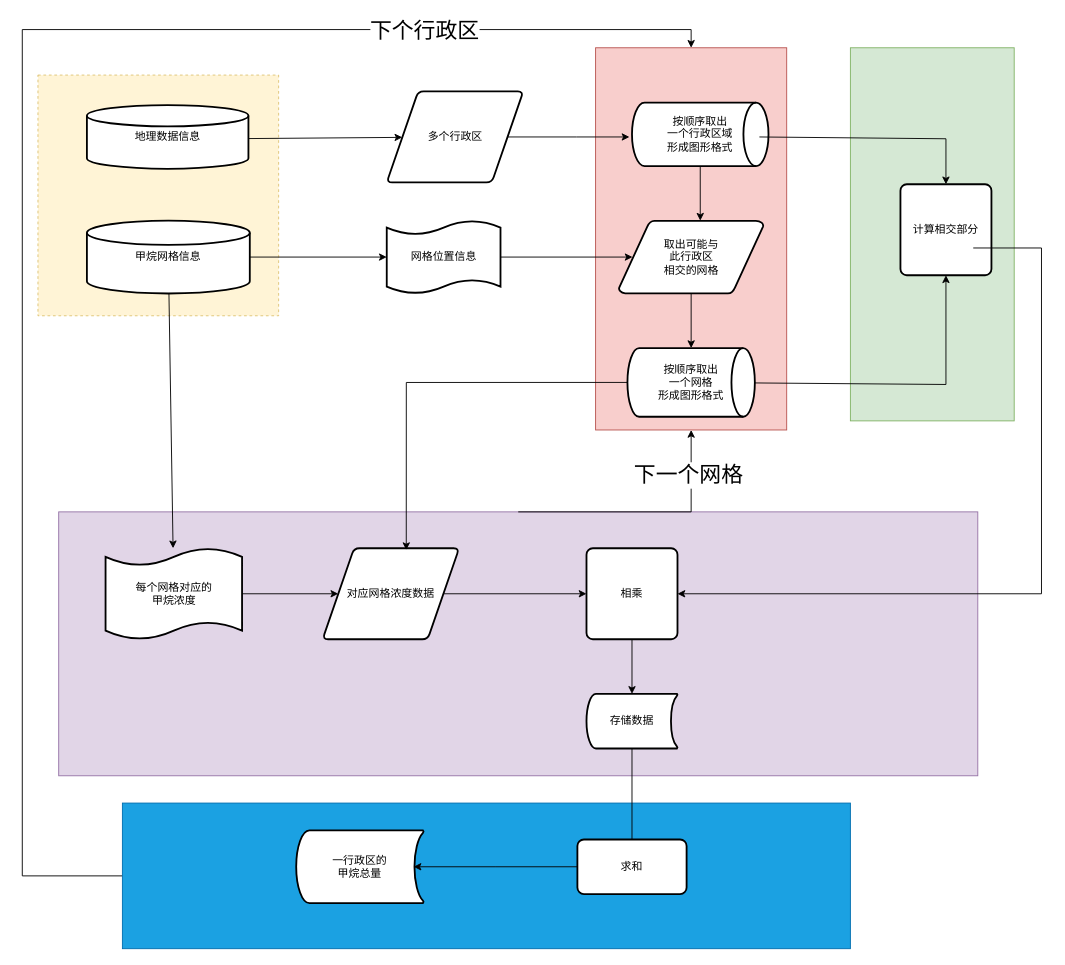
Earlier version of the draw.io diagram 流程图data.drawio (89long/pic). Source tidied: cells renumbered, new cells numbered last; positions are measured from the earlier drawing's top-left corner, leaving out a move shared by most shapes. Both pictures are drawn from the tidied source at 91%, with x=0, y=0 at pixel (22, 29).
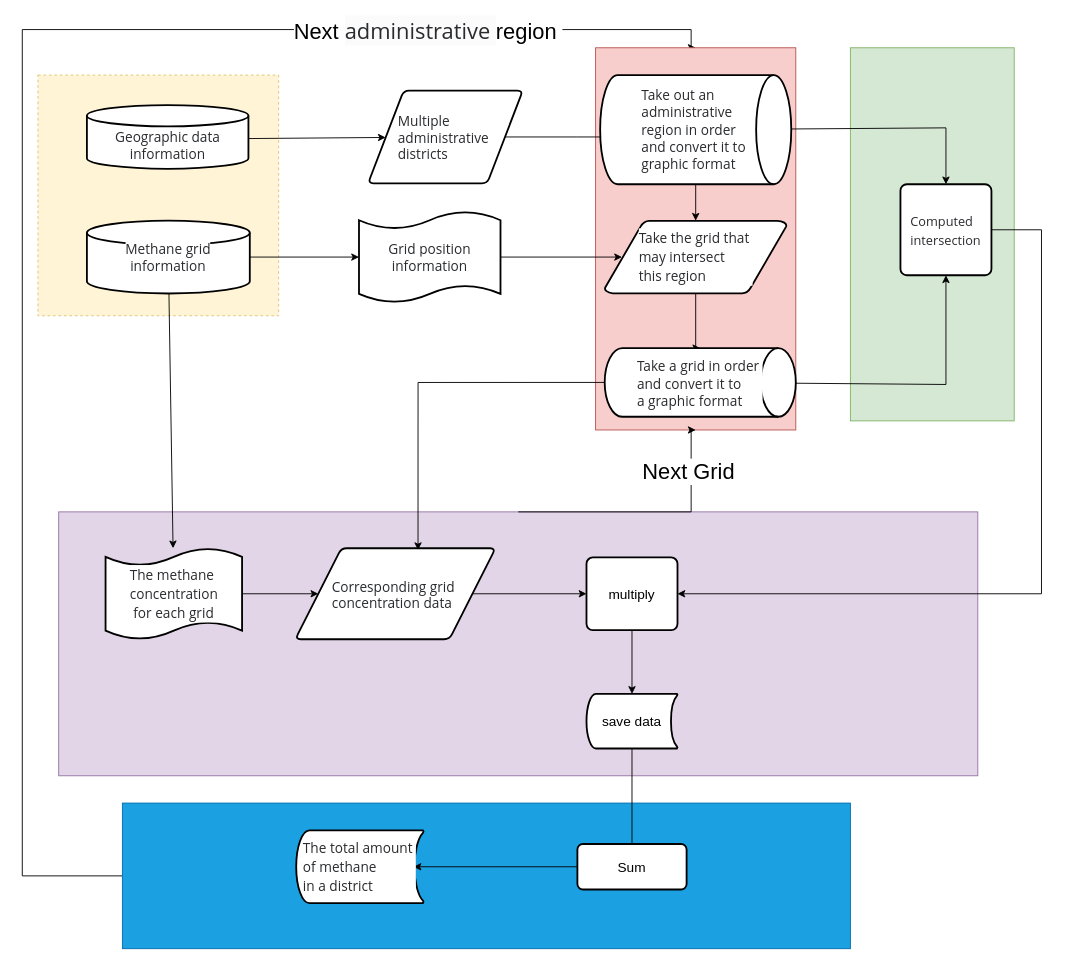
The same diagram, later.

Unchanged cells that the change refers to:
```xml
<mxCell id="2" style="edgeStyle=orthogonalEdgeStyle;rounded=0;jettySize=auto;html=1;exitX=0;exitY=0.5;exitDx=0;exitDy=0;entryX=0.5;entryY=0;entryDx=0;entryDy=0;" parent="1" edge="1" source="4" target="5">
  <mxGeometry relative="1" as="geometry">
    <Array as="points">
      <mxPoint y="930" />
      <mxPoint />
      <mxPoint x="735" />
    </Array>
  </mxGeometry>
</mxCell>
<mxCell id="25" style="edgeStyle=orthogonalEdgeStyle;rounded=0;jettySize=auto;html=1;exitX=0.5;exitY=0;exitDx=0;exitDy=0;entryX=0.5;entryY=1;entryDx=0;entryDy=0;" parent="1" edge="1" source="24" target="5">
  <mxGeometry relative="1" as="geometry">
    <Array as="points">
      <mxPoint x="735" y="530" />
    </Array>
  </mxGeometry>
</mxCell>
```

Change to the diagram source:
```diff
@@
-    <mxCell id="3" value="下个行政区" style="edgeLabel;html=1;align=center;verticalAlign=middle;fontSize=24;" parent="2" vertex="1">
+    <mxCell id="3" value="&lt;font style=&quot;font-size: 24px;&quot;&gt;Next&amp;nbsp;&lt;font style=&quot;border-color: var(--border-color); text-align: start; background-color: rgb(251, 251, 251); font-size: 24px;&quot; face=&quot;PingFang SC, Segoe UI, Arial, Microsoft YaHei, 微软雅黑, 宋体, Malgun Gothic, sans-serif&quot; color=&quot;#2a2b2e&quot;&gt;administrative&amp;nbsp;&lt;/font&gt;region&amp;nbsp;&lt;/font&gt;" style="edgeLabel;html=1;align=center;verticalAlign=middle;fontSize=24;" parent="2" vertex="1">
       <mxGeometry x="0.65" y="-1" relative="1" as="geometry" />
     </mxCell>
@@
     <mxCell id="5" style="rounded=0;whiteSpace=wrap;html=1;fillColor=#f8cecc;strokeColor=#b85450;" parent="1" vertex="1">
-      <mxGeometry x="630" y="20" width="210" height="420" as="geometry" />
+      <mxGeometry x="630" y="20" width="220" height="420" as="geometry" />
     </mxCell>
@@
-    <mxCell id="9" value="多个行政区" style="shape=parallelogram;html=1;strokeWidth=2;perimeter=parallelogramPerimeter;whiteSpace=wrap;rounded=1;arcSize=12;size=0.23;" parent="1" vertex="1">
-      <mxGeometry x="400.5" y="68" width="150" height="100" as="geometry" />
+    <mxCell id="9" value="&lt;ul style=&quot;box-sizing: border-box; margin: 0px; padding: 0px; color: rgb(42, 43, 46); font-family: &amp;quot;PingFang SC&amp;quot;, &amp;quot;Segoe UI&amp;quot;, Arial, &amp;quot;Microsoft YaHei&amp;quot;, 微软雅黑, 宋体, &amp;quot;Malgun Gothic&amp;quot;, sans-serif; text-align: start; background-color: rgb(255, 255, 255); font-size: 15px;&quot;&gt;&lt;li style=&quot;box-sizing: border-box; margin: 0px; padding: 0px; list-style: none;&quot;&gt;Multiple&amp;nbsp;&lt;br&gt;&lt;/li&gt;&lt;li style=&quot;box-sizing: border-box; margin: 0px; padding: 0px; list-style: none;&quot;&gt;administrative&amp;nbsp;&lt;/li&gt;&lt;li style=&quot;box-sizing: border-box; margin: 0px; padding: 0px; list-style: none;&quot;&gt;districts&lt;/li&gt;&lt;/ul&gt;" style="shape=parallelogram;html=1;strokeWidth=2;perimeter=parallelogramPerimeter;whiteSpace=wrap;rounded=1;arcSize=12;size=0.23;" parent="1" vertex="1">
+      <mxGeometry x="380" y="67" width="170" height="102" as="geometry" />
     </mxCell>
     <mxCell id="10" style="edgeStyle=orthogonalEdgeStyle;rounded=0;jettySize=auto;html=1;exitX=0.5;exitY=1;exitDx=0;exitDy=0;exitPerimeter=0;entryX=0.5;entryY=0;entryDx=0;entryDy=0;entryPerimeter=0;" parent="1" edge="1" source="11" target="16">
-      <mxGeometry relative="1" as="geometry" />
+      <mxGeometry relative="1" as="geometry">
+        <Array as="points">
+          <mxPoint x="740" y="350" />
+        </Array>
+      </mxGeometry>
     </mxCell>
-    <mxCell id="11" value="取出可能与&lt;br&gt;此行政区&lt;br&gt;相交的网格" style="shape=mxgraph.flowchart.data;strokeWidth=2;gradientColor=none;gradientDirection=north;fontStyle=0;html=1;" parent="1" vertex="1">
-      <mxGeometry x="655.5" y="210" width="159" height="80" as="geometry" />
+    <mxCell id="11" value="&lt;ul style=&quot;box-sizing: border-box; margin: 0px; padding: 0px; color: rgb(42, 43, 46); font-family: &amp;quot;PingFang SC&amp;quot;, &amp;quot;Segoe UI&amp;quot;, Arial, &amp;quot;Microsoft YaHei&amp;quot;, 微软雅黑, 宋体, &amp;quot;Malgun Gothic&amp;quot;, sans-serif; font-size: 15px; text-align: start; background-color: rgb(255, 255, 255);&quot;&gt;&lt;li style=&quot;box-sizing: border-box; margin: 0px; padding: 0px; list-style: none;&quot;&gt;&lt;p style=&quot;box-sizing: border-box; margin: 0px 0px 2px; padding: 0px; line-height: 21px; display: inline; font-size: var(--main-font-size);&quot; class=&quot;src grammarSection&quot;&gt;Take the&amp;nbsp;&lt;/p&gt;grid that&amp;nbsp;&lt;/li&gt;&lt;li style=&quot;box-sizing: border-box; margin: 0px; padding: 0px; list-style: none;&quot;&gt;&lt;p style=&quot;box-sizing: border-box; margin: 0px 0px 2px; padding: 0px; line-height: 21px; display: inline; font-size: var(--main-font-size);&quot; class=&quot;src grammarSection&quot;&gt;may intersect&amp;nbsp;&lt;/p&gt;&lt;/li&gt;&lt;li style=&quot;box-sizing: border-box; margin: 0px; padding: 0px; list-style: none;&quot;&gt;&lt;p style=&quot;box-sizing: border-box; margin: 0px 0px 2px; padding: 0px; line-height: 21px; display: inline; font-size: var(--main-font-size);&quot; class=&quot;src grammarSection&quot;&gt;this region&lt;/p&gt;&lt;/li&gt;&lt;/ul&gt;" style="shape=mxgraph.flowchart.data;strokeWidth=2;gradientColor=none;gradientDirection=north;fontStyle=0;html=1;" parent="1" vertex="1">
+      <mxGeometry x="640" y="210" width="200" height="80" as="geometry" />
     </mxCell>
@@
-    <mxCell id="13" style="edgeStyle=orthogonalEdgeStyle;rounded=0;jettySize=auto;html=1;exitX=0.5;exitY=1;exitDx=0;exitDy=0;exitPerimeter=0;entryX=0.563;entryY=0;entryDx=0;entryDy=0;entryPerimeter=0;" parent="1" edge="1" source="14" target="11">
+    <mxCell id="13" style="edgeStyle=orthogonalEdgeStyle;rounded=0;jettySize=auto;html=1;exitX=0.5;exitY=1;exitDx=0;exitDy=0;exitPerimeter=0;" parent="1" edge="1" source="14" target="11">
       <mxGeometry relative="1" as="geometry" />
     </mxCell>
-    <mxCell id="14" value="按顺序取出&lt;br style=&quot;border-color: var(--border-color);&quot;&gt;一个行政区域&lt;br&gt;形成图形格式" style="strokeWidth=2;html=1;shape=mxgraph.flowchart.direct_data;whiteSpace=wrap;" parent="1" vertex="1">
-      <mxGeometry x="670" y="80.2" width="150" height="69.8" as="geometry" />
+    <mxCell id="14" value="&lt;div style=&quot;text-align: start; font-size: 15px;&quot;&gt;&lt;font style=&quot;font-size: 15px;&quot; face=&quot;PingFang SC, Segoe UI, Arial, Microsoft YaHei, 微软雅黑, 宋体, Malgun Gothic, sans-serif&quot; color=&quot;#2a2b2e&quot;&gt;Take out an&amp;nbsp;&lt;/font&gt;&lt;/div&gt;&lt;div style=&quot;text-align: start; font-size: 15px;&quot;&gt;&lt;font style=&quot;font-size: 15px;&quot;&gt;&lt;font style=&quot;font-size: 15px;&quot; face=&quot;PingFang SC, Segoe UI, Arial, Microsoft YaHei, 微软雅黑, 宋体, Malgun Gothic, sans-serif&quot; color=&quot;#2a2b2e&quot;&gt;administrative&amp;nbsp;&lt;/font&gt;&lt;/font&gt;&lt;/div&gt;&lt;div style=&quot;text-align: start; font-size: 15px;&quot;&gt;&lt;font style=&quot;font-size: 15px;&quot;&gt;&lt;span style=&quot;color: rgb(42, 43, 46); font-family: &amp;quot;PingFang SC&amp;quot;, &amp;quot;Segoe UI&amp;quot;, Arial, &amp;quot;Microsoft YaHei&amp;quot;, 微软雅黑, 宋体, &amp;quot;Malgun Gothic&amp;quot;, sans-serif; background-color: initial;&quot;&gt;region&amp;nbsp;&lt;/span&gt;&lt;/font&gt;&lt;span style=&quot;background-color: initial; color: rgb(42, 43, 46); font-family: &amp;quot;PingFang SC&amp;quot;, &amp;quot;Segoe UI&amp;quot;, Arial, &amp;quot;Microsoft YaHei&amp;quot;, 微软雅黑, 宋体, &amp;quot;Malgun Gothic&amp;quot;, sans-serif;&quot;&gt;i&lt;/span&gt;&lt;span style=&quot;background-color: initial; color: rgb(42, 43, 46); font-family: &amp;quot;PingFang SC&amp;quot;, &amp;quot;Segoe UI&amp;quot;, Arial, &amp;quot;Microsoft YaHei&amp;quot;, 微软雅黑, 宋体, &amp;quot;Malgun Gothic&amp;quot;, sans-serif;&quot;&gt;n order&amp;nbsp;&lt;/span&gt;&lt;/div&gt;&lt;div style=&quot;text-align: start; font-size: 15px;&quot;&gt;&lt;font style=&quot;font-size: 15px;&quot;&gt;&lt;span style=&quot;background-color: initial; color: rgb(42, 43, 46); font-family: &amp;quot;PingFang SC&amp;quot;, &amp;quot;Segoe UI&amp;quot;, Arial, &amp;quot;Microsoft YaHei&amp;quot;, 微软雅黑, 宋体, &amp;quot;Malgun Gothic&amp;quot;, sans-serif;&quot;&gt;and&amp;nbsp;&lt;/span&gt;&lt;span style=&quot;background-color: initial; color: rgb(42, 43, 46); font-family: &amp;quot;PingFang SC&amp;quot;, &amp;quot;Segoe UI&amp;quot;, Arial, &amp;quot;Microsoft YaHei&amp;quot;, 微软雅黑, 宋体, &amp;quot;Malgun Gothic&amp;quot;, sans-serif;&quot;&gt;convert it to&amp;nbsp;&lt;/span&gt;&lt;/font&gt;&lt;/div&gt;&lt;div style=&quot;text-align: start; font-size: 15px;&quot;&gt;&lt;span style=&quot;background-color: initial; color: rgb(42, 43, 46); font-family: &amp;quot;PingFang SC&amp;quot;, &amp;quot;Segoe UI&amp;quot;, Arial, &amp;quot;Microsoft YaHei&amp;quot;, 微软雅黑, 宋体, &amp;quot;Malgun Gothic&amp;quot;, sans-serif;&quot;&gt;&lt;font style=&quot;font-size: 15px;&quot;&gt;graphic format&lt;/font&gt;&lt;/span&gt;&lt;/div&gt;" style="strokeWidth=2;html=1;shape=mxgraph.flowchart.direct_data;whiteSpace=wrap;" parent="1" vertex="1">
+      <mxGeometry x="635" y="50" width="210" height="120" as="geometry" />
     </mxCell>
-    <mxCell id="15" style="endArrow=classic;html=1;rounded=0;entryX=0.5;entryY=0;entryDx=0;entryDy=0;" parent="1" edge="1" target="19">
+    <mxCell id="15" style="endArrow=classic;html=1;rounded=0;entryX=0.5;entryY=0;entryDx=0;entryDy=0;" parent="1" edge="1" source="14" target="19">
       <mxGeometry relative="1" as="geometry">
-        <mxPoint x="810" y="118" as="sourcePoint" />
         <Array as="points">
-          <mxPoint x="1015" y="120" />
+          <mxPoint x="1015" y="108" />
         </Array>
       </mxGeometry>
     </mxCell>
-    <mxCell id="16" value="按顺序取出&lt;br style=&quot;border-color: var(--border-color);&quot;&gt;&lt;span style=&quot;&quot;&gt;一个网格&lt;br&gt;形成图形格式&lt;br&gt;&lt;/span&gt;" style="strokeWidth=2;html=1;shape=mxgraph.flowchart.direct_data;whiteSpace=wrap;" parent="1" vertex="1">
-      <mxGeometry x="665" y="350" width="140" height="75.5" as="geometry" />
+    <mxCell id="16" value="&lt;ul style=&quot;box-sizing: border-box; margin: 0px; padding: 0px; color: rgb(42, 43, 46); font-family: &amp;quot;PingFang SC&amp;quot;, &amp;quot;Segoe UI&amp;quot;, Arial, &amp;quot;Microsoft YaHei&amp;quot;, 微软雅黑, 宋体, &amp;quot;Malgun Gothic&amp;quot;, sans-serif; font-size: 15px; text-align: start; background-color: rgb(255, 255, 255);&quot;&gt;&lt;li style=&quot;box-sizing: border-box; margin: 0px; padding: 0px; list-style: none;&quot;&gt;&lt;p style=&quot;box-sizing: border-box; margin: 0px 0px 2px; padding: 0px; line-height: 21px; display: inline; font-size: var(--main-font-size);&quot; class=&quot;src grammarSection&quot;&gt;Take a grid in order&amp;nbsp;&lt;/p&gt;&lt;/li&gt;&lt;li style=&quot;box-sizing: border-box; margin: 0px; padding: 0px; list-style: none;&quot;&gt;and convert it to&amp;nbsp;&lt;/li&gt;&lt;li style=&quot;box-sizing: border-box; margin: 0px; padding: 0px; list-style: none;&quot;&gt;a graphic format&lt;/li&gt;&lt;/ul&gt;" style="strokeWidth=2;html=1;shape=mxgraph.flowchart.direct_data;whiteSpace=wrap;" parent="1" vertex="1">
+      <mxGeometry x="640" y="350" width="210" height="75.5" as="geometry" />
     </mxCell>
-    <mxCell id="17" value="地理数据信息" style="strokeWidth=2;html=1;shape=mxgraph.flowchart.database;whiteSpace=wrap;" parent="1" vertex="1">
+    <mxCell id="17" value="&lt;span style=&quot;background-color: rgb(255, 255, 255); color: rgb(42, 43, 46); font-family: &amp;quot;PingFang SC&amp;quot;, &amp;quot;Segoe UI&amp;quot;, Arial, &amp;quot;Microsoft YaHei&amp;quot;, 微软雅黑, 宋体, &amp;quot;Malgun Gothic&amp;quot;, sans-serif; text-align: start;&quot;&gt;&lt;font style=&quot;font-size: 15px;&quot;&gt;&lt;br&gt;Geographic data information&lt;/font&gt;&lt;/span&gt;" style="strokeWidth=2;html=1;shape=mxgraph.flowchart.database;whiteSpace=wrap;" parent="1" vertex="1">
       <mxGeometry x="71" y="83" width="177.5" height="70" as="geometry" />
     </mxCell>
-    <mxCell id="18" value="甲烷网格信息" style="strokeWidth=2;html=1;shape=mxgraph.flowchart.database;whiteSpace=wrap;" parent="1" vertex="1">
+    <mxCell id="18" value="&lt;span style=&quot;background-color: rgb(255, 255, 255); color: rgb(42, 43, 46); font-family: &amp;quot;PingFang SC&amp;quot;, &amp;quot;Segoe UI&amp;quot;, Arial, &amp;quot;Microsoft YaHei&amp;quot;, 微软雅黑, 宋体, &amp;quot;Malgun Gothic&amp;quot;, sans-serif; text-align: start;&quot;&gt;&lt;font style=&quot;font-size: 15px;&quot;&gt;Methane grid information&lt;/font&gt;&lt;/span&gt;" style="strokeWidth=2;html=1;shape=mxgraph.flowchart.database;whiteSpace=wrap;" parent="1" vertex="1">
       <mxGeometry x="71" y="210" width="179" height="80" as="geometry" />
     </mxCell>
-    <mxCell id="19" value="计算相交部分" style="rounded=1;whiteSpace=wrap;html=1;absoluteArcSize=1;arcSize=14;strokeWidth=2;" parent="1" vertex="1">
+    <mxCell id="19" value="&lt;ul style=&quot;box-sizing: border-box; margin: 0px; padding: 0px; color: rgb(42, 43, 46); font-family: &amp;quot;PingFang SC&amp;quot;, &amp;quot;Segoe UI&amp;quot;, Arial, &amp;quot;Microsoft YaHei&amp;quot;, 微软雅黑, 宋体, &amp;quot;Malgun Gothic&amp;quot;, sans-serif; font-size: 14px; text-align: start; background-color: rgb(255, 255, 255);&quot;&gt;&lt;li style=&quot;box-sizing: border-box; margin: 0px; padding: 0px; list-style: none;&quot;&gt;&lt;p style=&quot;box-sizing: border-box; margin: 0px 0px 2px; padding: 0px; line-height: 21px; display: inline; font-size: var(--main-font-size);&quot; class=&quot;src grammarSection&quot;&gt;Computed&amp;nbsp;&lt;/p&gt;&lt;/li&gt;&lt;li style=&quot;box-sizing: border-box; margin: 0px; padding: 0px; list-style: none;&quot;&gt;&lt;p style=&quot;box-sizing: border-box; margin: 0px 0px 2px; padding: 0px; line-height: 21px; display: inline; font-size: var(--main-font-size);&quot; class=&quot;src grammarSection&quot;&gt;intersection&lt;/p&gt;&lt;/li&gt;&lt;/ul&gt;" style="rounded=1;whiteSpace=wrap;html=1;absoluteArcSize=1;arcSize=14;strokeWidth=2;" parent="1" vertex="1">
       <mxGeometry x="965" y="170" width="100" height="100" as="geometry" />
     </mxCell>
@@
-    <mxCell id="23" value="网格位置信息" style="shape=tape;whiteSpace=wrap;html=1;strokeWidth=2;size=0.19;" parent="1" vertex="1">
-      <mxGeometry x="400.5" y="210" width="125" height="80" as="geometry" />
+    <mxCell id="23" value="&lt;span style=&quot;font-size: 15px; background-color: rgb(255, 255, 255); color: rgb(42, 43, 46); font-family: &amp;quot;PingFang SC&amp;quot;, &amp;quot;Segoe UI&amp;quot;, Arial, &amp;quot;Microsoft YaHei&amp;quot;, 微软雅黑, 宋体, &amp;quot;Malgun Gothic&amp;quot;, sans-serif; text-align: start;&quot;&gt;Grid position &lt;br&gt;information&lt;/span&gt;" style="shape=tape;whiteSpace=wrap;html=1;strokeWidth=2;size=0.19;" parent="1" vertex="1">
+      <mxGeometry x="370" y="200" width="155.5" height="100" as="geometry" />
     </mxCell>
@@
-    <mxCell id="26" value="下一个网格" style="edgeLabel;html=1;align=center;verticalAlign=middle;fontSize=24;" parent="25" vertex="1">
+    <mxCell id="26" value="Next Grid" style="edgeLabel;html=1;align=center;verticalAlign=middle;fontSize=24;" parent="25" vertex="1">
       <mxGeometry x="0.65" y="4" relative="1" as="geometry" />
     </mxCell>
@@
-    <mxCell id="28" value="每个网格对应的&lt;br&gt;甲烷浓度" style="shape=tape;whiteSpace=wrap;html=1;strokeWidth=2;size=0.19;" parent="1" vertex="1">
+    <mxCell id="28" value="&lt;ul style=&quot;box-sizing: border-box; margin: 0px; padding: 0px; color: rgb(42, 43, 46); font-family: &amp;quot;PingFang SC&amp;quot;, &amp;quot;Segoe UI&amp;quot;, Arial, &amp;quot;Microsoft YaHei&amp;quot;, 微软雅黑, 宋体, &amp;quot;Malgun Gothic&amp;quot;, sans-serif; font-size: 15px; text-align: start; background-color: rgb(255, 255, 255);&quot;&gt;&lt;li style=&quot;box-sizing: border-box; margin: 0px; padding: 0px; list-style: none;&quot;&gt;&lt;p style=&quot;box-sizing: border-box; margin: 0px 0px 2px; padding: 0px; line-height: 21px; display: inline; font-size: var(--main-font-size);&quot; class=&quot;src grammarSection&quot;&gt;The methane&amp;nbsp;&lt;/p&gt;&lt;/li&gt;&lt;li style=&quot;box-sizing: border-box; margin: 0px; padding: 0px; list-style: none;&quot;&gt;&lt;p style=&quot;box-sizing: border-box; margin: 0px 0px 2px; padding: 0px; line-height: 21px; display: inline; font-size: var(--main-font-size);&quot; class=&quot;src grammarSection&quot;&gt;concentration&lt;/p&gt;&lt;/li&gt;&lt;li style=&quot;box-sizing: border-box; margin: 0px; padding: 0px; list-style: none;&quot;&gt;&lt;p style=&quot;box-sizing: border-box; margin: 0px 0px 2px; padding: 0px; line-height: 21px; display: inline; font-size: var(--main-font-size);&quot; class=&quot;src grammarSection&quot;&gt;&amp;nbsp;for each grid&lt;/p&gt;&lt;/li&gt;&lt;/ul&gt;" style="shape=tape;whiteSpace=wrap;html=1;strokeWidth=2;size=0.19;" parent="1" vertex="1">
       <mxGeometry x="91.5" y="570" width="150" height="100" as="geometry" />
     </mxCell>
@@
-    <mxCell id="30" style="endArrow=classic;html=1;rounded=0;exitX=1;exitY=0.5;exitDx=0;exitDy=0;entryX=1;entryY=0.5;entryDx=0;entryDy=0;" parent="1" edge="1" target="32">
+    <mxCell id="30" style="endArrow=classic;html=1;rounded=0;entryX=1;entryY=0.5;entryDx=0;entryDy=0;exitX=1;exitY=0.5;exitDx=0;exitDy=0;" parent="1" edge="1" source="19" target="32">
       <mxGeometry relative="1" as="geometry">
-        <mxPoint x="1045" y="240" as="sourcePoint" />
         <Array as="points">
-          <mxPoint x="1120" y="240" />
+          <mxPoint x="1120" y="220" />
           <mxPoint x="1120" y="620" />
         </Array>
       </mxGeometry>
     </mxCell>
@@
-    <mxCell id="32" value="相乘" style="rounded=1;whiteSpace=wrap;html=1;absoluteArcSize=1;arcSize=14;strokeWidth=2;" parent="1" vertex="1">
-      <mxGeometry x="620" y="570" width="100" height="100" as="geometry" />
+    <mxCell id="32" value="&lt;font style=&quot;font-size: 15px;&quot;&gt;multiply&lt;/font&gt;" style="rounded=1;whiteSpace=wrap;html=1;absoluteArcSize=1;arcSize=14;strokeWidth=2;" parent="1" vertex="1">
+      <mxGeometry x="620" y="580" width="100" height="80" as="geometry" />
     </mxCell>
@@
-    <mxCell id="34" value="对应网格浓度数据" style="shape=parallelogram;html=1;strokeWidth=2;perimeter=parallelogramPerimeter;whiteSpace=wrap;rounded=1;arcSize=12;size=0.23;" parent="1" vertex="1">
-      <mxGeometry x="330" y="570" width="150" height="100" as="geometry" />
+    <mxCell id="34" value="&lt;ul style=&quot;box-sizing: border-box; margin: 0px; padding: 0px; color: rgb(42, 43, 46); font-family: &amp;quot;PingFang SC&amp;quot;, &amp;quot;Segoe UI&amp;quot;, Arial, &amp;quot;Microsoft YaHei&amp;quot;, 微软雅黑, 宋体, &amp;quot;Malgun Gothic&amp;quot;, sans-serif; font-size: 15px; text-align: start;&quot;&gt;&lt;li style=&quot;box-sizing: border-box; margin: 0px; padding: 0px; list-style: none;&quot;&gt;&lt;span style=&quot;background-color: rgb(255, 255, 255); font-size: var(--main-font-size);&quot;&gt;Corresponding&amp;nbsp;&lt;/span&gt;grid&amp;nbsp;&lt;/li&gt;&lt;li style=&quot;box-sizing: border-box; margin: 0px; padding: 0px; list-style: none;&quot;&gt;concentration data&lt;/li&gt;&lt;/ul&gt;" style="shape=parallelogram;html=1;strokeWidth=2;perimeter=parallelogramPerimeter;whiteSpace=wrap;rounded=1;arcSize=12;size=0.23;" parent="1" vertex="1">
+      <mxGeometry x="300" y="570" width="220" height="100" as="geometry" />
     </mxCell>
@@
-    <mxCell id="36" value="求和" style="rounded=1;whiteSpace=wrap;html=1;strokeWidth=2;arcSize=12;" parent="1" vertex="1">
-      <mxGeometry x="610" y="890" width="120" height="60" as="geometry" />
+    <mxCell id="36" value="&lt;font style=&quot;font-size: 15px;&quot;&gt;Sum&lt;/font&gt;" style="rounded=1;whiteSpace=wrap;html=1;strokeWidth=2;arcSize=12;" parent="1" vertex="1">
+      <mxGeometry x="610" y="895" width="120" height="50" as="geometry" />
     </mxCell>
-    <mxCell id="37" value="存储数据" style="strokeWidth=2;html=1;shape=mxgraph.flowchart.stored_data;whiteSpace=wrap;" parent="1" vertex="1">
+    <mxCell id="37" value="&lt;font style=&quot;font-size: 15px;&quot;&gt;save data&lt;/font&gt;" style="strokeWidth=2;html=1;shape=mxgraph.flowchart.stored_data;whiteSpace=wrap;" parent="1" vertex="1">
       <mxGeometry x="620" y="730" width="100" height="60" as="geometry" />
     </mxCell>
@@
-    <mxCell id="39" value="一行政区的&lt;br style=&quot;border-color: var(--border-color);&quot;&gt;甲烷总量" style="strokeWidth=2;html=1;shape=mxgraph.flowchart.stored_data;whiteSpace=wrap;" parent="1" vertex="1">
+    <mxCell id="39" value="&lt;ul style=&quot;box-sizing: border-box; margin: 0px; padding: 0px; color: rgb(42, 43, 46); font-family: &amp;quot;PingFang SC&amp;quot;, &amp;quot;Segoe UI&amp;quot;, Arial, &amp;quot;Microsoft YaHei&amp;quot;, 微软雅黑, 宋体, &amp;quot;Malgun Gothic&amp;quot;, sans-serif; font-size: 15px; text-align: start; background-color: rgb(255, 255, 255);&quot;&gt;&lt;li style=&quot;box-sizing: border-box; margin: 0px; padding: 0px; list-style: none;&quot;&gt;&lt;p style=&quot;box-sizing: border-box; margin: 0px 0px 2px; padding: 0px; line-height: 21px; display: inline; font-size: var(--main-font-size);&quot; class=&quot;src grammarSection&quot;&gt;The total amount&amp;nbsp;&lt;/p&gt;&lt;/li&gt;&lt;li style=&quot;box-sizing: border-box; margin: 0px; padding: 0px; list-style: none;&quot;&gt;&lt;p style=&quot;box-sizing: border-box; margin: 0px 0px 2px; padding: 0px; line-height: 21px; display: inline; font-size: var(--main-font-size);&quot; class=&quot;src grammarSection&quot;&gt;of methane&amp;nbsp;&lt;/p&gt;&lt;/li&gt;&lt;li style=&quot;box-sizing: border-box; margin: 0px; padding: 0px; list-style: none;&quot;&gt;&lt;p style=&quot;box-sizing: border-box; margin: 0px 0px 2px; padding: 0px; line-height: 21px; display: inline; font-size: var(--main-font-size);&quot; class=&quot;src grammarSection&quot;&gt;in a&amp;nbsp;&lt;/p&gt;district&lt;/li&gt;&lt;/ul&gt;" style="strokeWidth=2;html=1;shape=mxgraph.flowchart.stored_data;whiteSpace=wrap;" parent="1" vertex="1">
       <mxGeometry x="301" y="880" width="140" height="80" as="geometry" />
     </mxCell>
```
